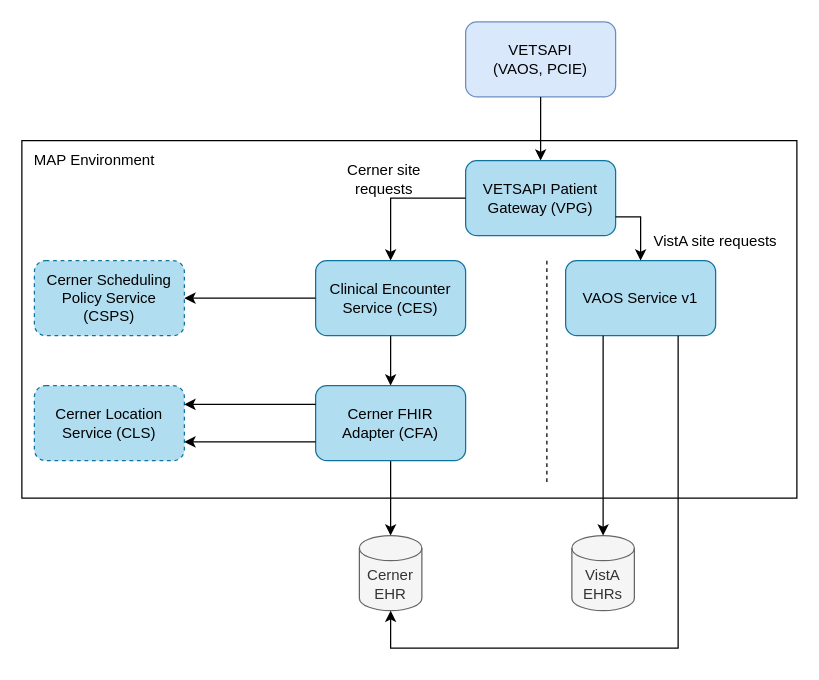
Earlier version of the draw.io diagram page "Phase 2" (2 of 2) of products/health-care/appointments/appointments-oracle-health-integration/engineering/diagrams/Appts Oracle Health Integration Design.drawio (department-of-veterans-affairs/va.gov-team). Source tidied: cells renumbered, new cells numbered last; positions are measured from the earlier drawing's top-left corner, leaving out a move shared by most shapes. Both pictures are drawn from the tidied source at 125%, with x=0, y=0 at pixel (21, 21).
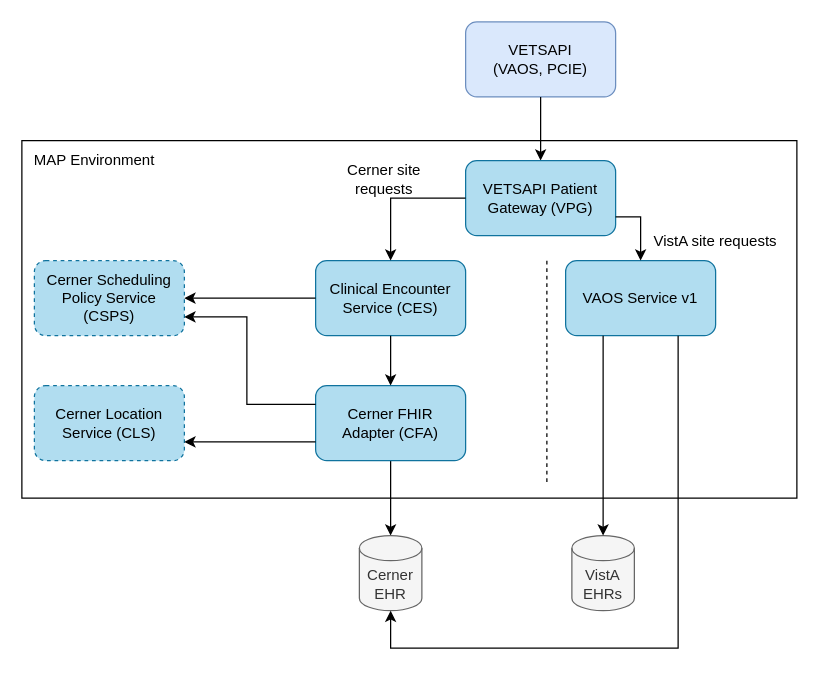
Above is the later version.

Commit message (it also covers changes not shown here):
Correct mistake in Phase 2 diagram

The change refers to these unchanged cells:
```xml
<mxCell id="7" value="Cerner Location Service (CLS)" style="rounded=1;whiteSpace=wrap;html=1;fillColor=#b1ddf0;strokeColor=#10739e;dashed=1;strokeWidth=1;" parent="1" vertex="1">
  <mxGeometry x="10" y="291" width="120" height="60" as="geometry" />
</mxCell>
<mxCell id="8" value="Cerner Scheduling Policy Service (CSPS)" style="rounded=1;whiteSpace=wrap;html=1;fillColor=#b1ddf0;strokeColor=#10739e;dashed=1;" parent="1" vertex="1">
  <mxGeometry x="10" y="191" width="120" height="60" as="geometry" />
</mxCell>
<mxCell id="21" value="Cerner FHIR&lt;br&gt;Adapter (CFA)" style="rounded=1;whiteSpace=wrap;html=1;fillColor=#b1ddf0;strokeColor=#10739e;" parent="1" vertex="1">
  <mxGeometry x="235" y="291" width="120" height="60" as="geometry" />
</mxCell>
```

The edit, as a diff of the source:
```diff
@@
-    <mxCell id="24" style="endArrow=classic;html=1;rounded=0;exitX=0;exitY=0.25;exitDx=0;exitDy=0;entryX=1;entryY=0.25;entryDx=0;entryDy=0;" parent="1" edge="1" source="21" target="7">
-      <mxGeometry relative="1" as="geometry" />
+    <mxCell id="24" style="endArrow=classic;html=1;rounded=0;exitX=0;exitY=0.25;exitDx=0;exitDy=0;entryX=1;entryY=0.75;entryDx=0;entryDy=0;" parent="1" edge="1" source="21" target="8">
+      <mxGeometry relative="1" as="geometry">
+        <Array as="points">
+          <mxPoint x="180" y="306" />
+          <mxPoint x="180" y="236" />
+        </Array>
+      </mxGeometry>
     </mxCell>
```
